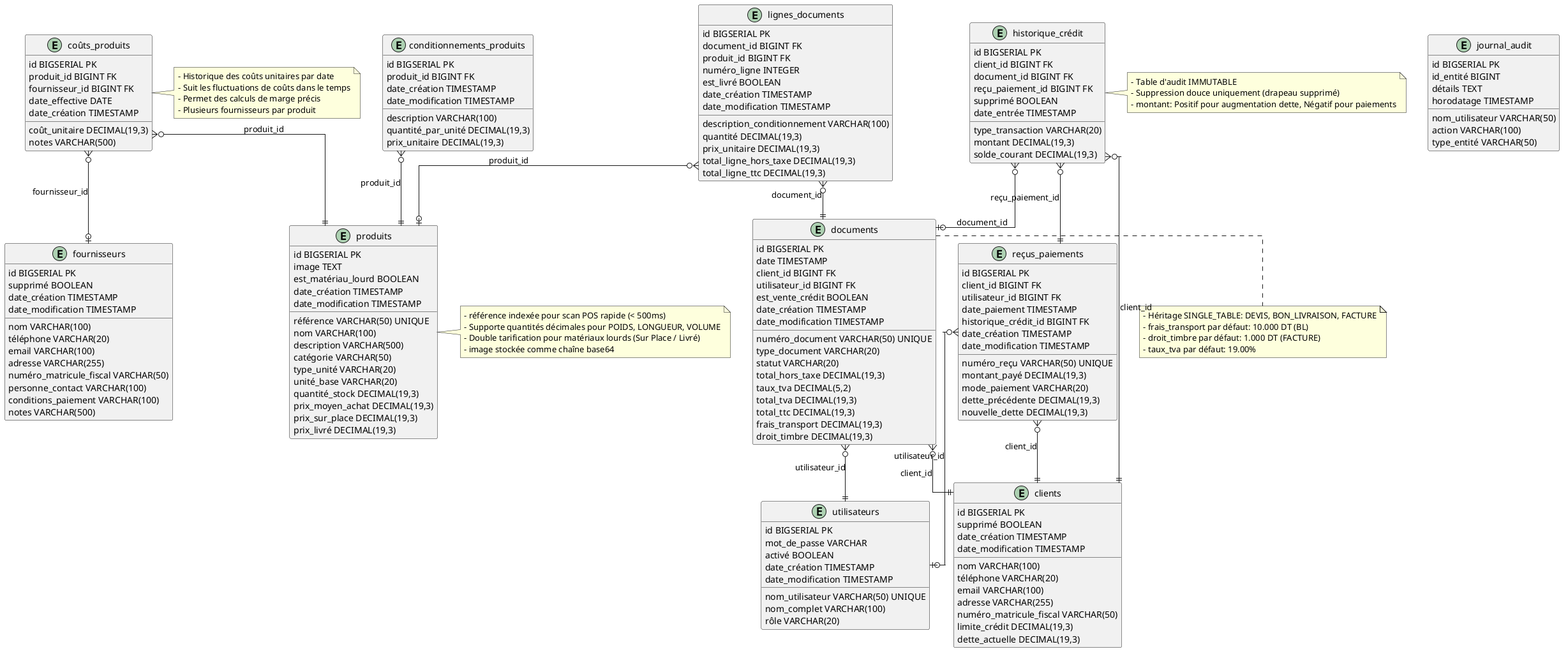
Earlier version of the PlantUML export docs/images/Schema-Base-De-Donnees-Magasin-Materiaux.png (mAmineChniti/hardware_store).
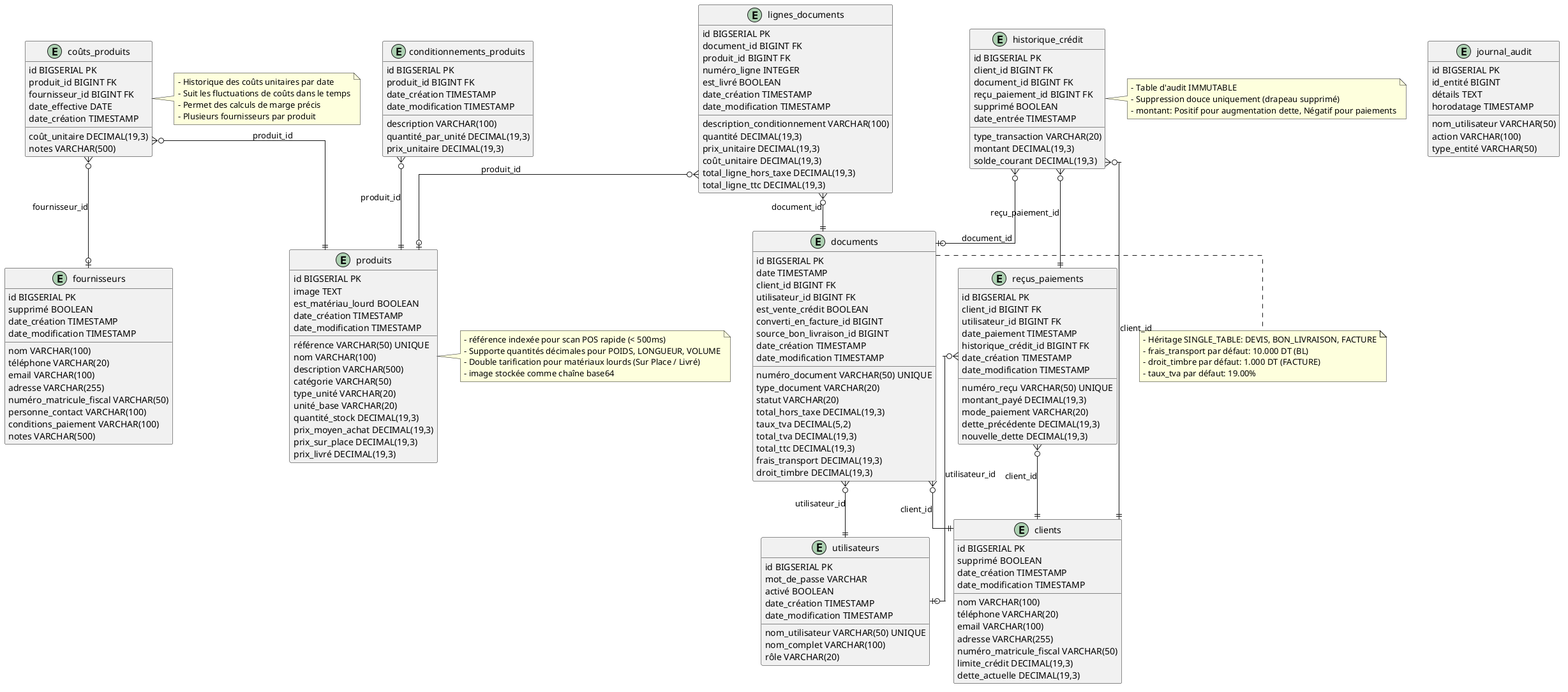
The same file after the commit.

Change to the diagram source:
```diff
@@ -100,6 +100,8 @@
   frais_transport DECIMAL(19,3)
   droit_timbre DECIMAL(19,3)
   est_vente_crédit BOOLEAN
+  converti_en_facture_id BIGINT
+  source_bon_livraison_id BIGINT
   date_création TIMESTAMP
   date_modification TIMESTAMP
 }
@@ -112,6 +114,7 @@
   description_conditionnement VARCHAR(100)
   quantité DECIMAL(19,3)
   prix_unitaire DECIMAL(19,3)
+  coût_unitaire DECIMAL(19,3)
   total_ligne_hors_taxe DECIMAL(19,3)
   total_ligne_ttc DECIMAL(19,3)
   est_livré BOOLEAN
```
